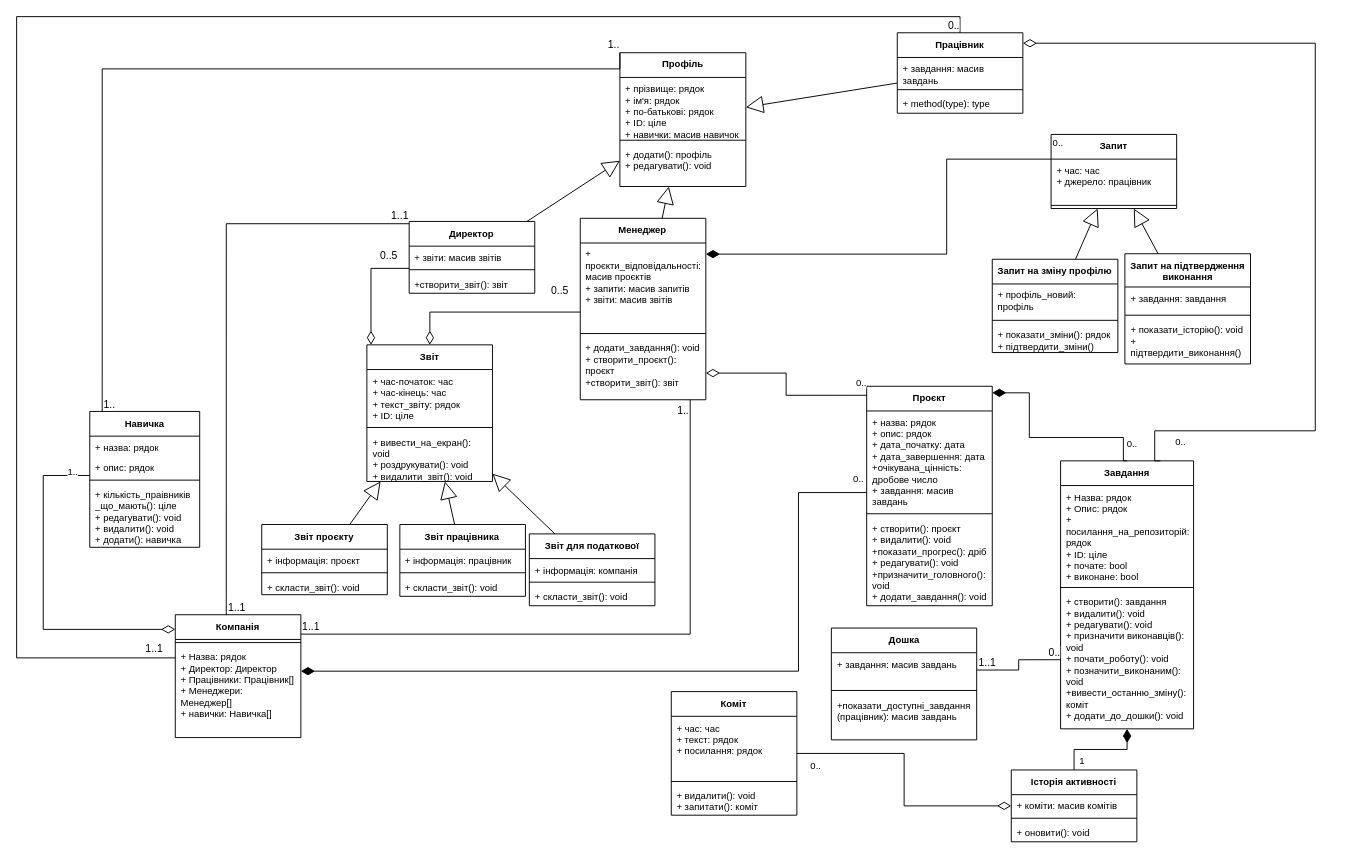
Earlier version of the draw.io diagram Class diagram.drawio (OleksandrPanasenko/AIS_projects-for-university-). Source tidied: cells renumbered, new cells numbered last; positions are measured from the earlier drawing's top-left corner, leaving out a move shared by most shapes. Both pictures are drawn from the tidied source at 95%, with x=0, y=0 at pixel (16, 16).
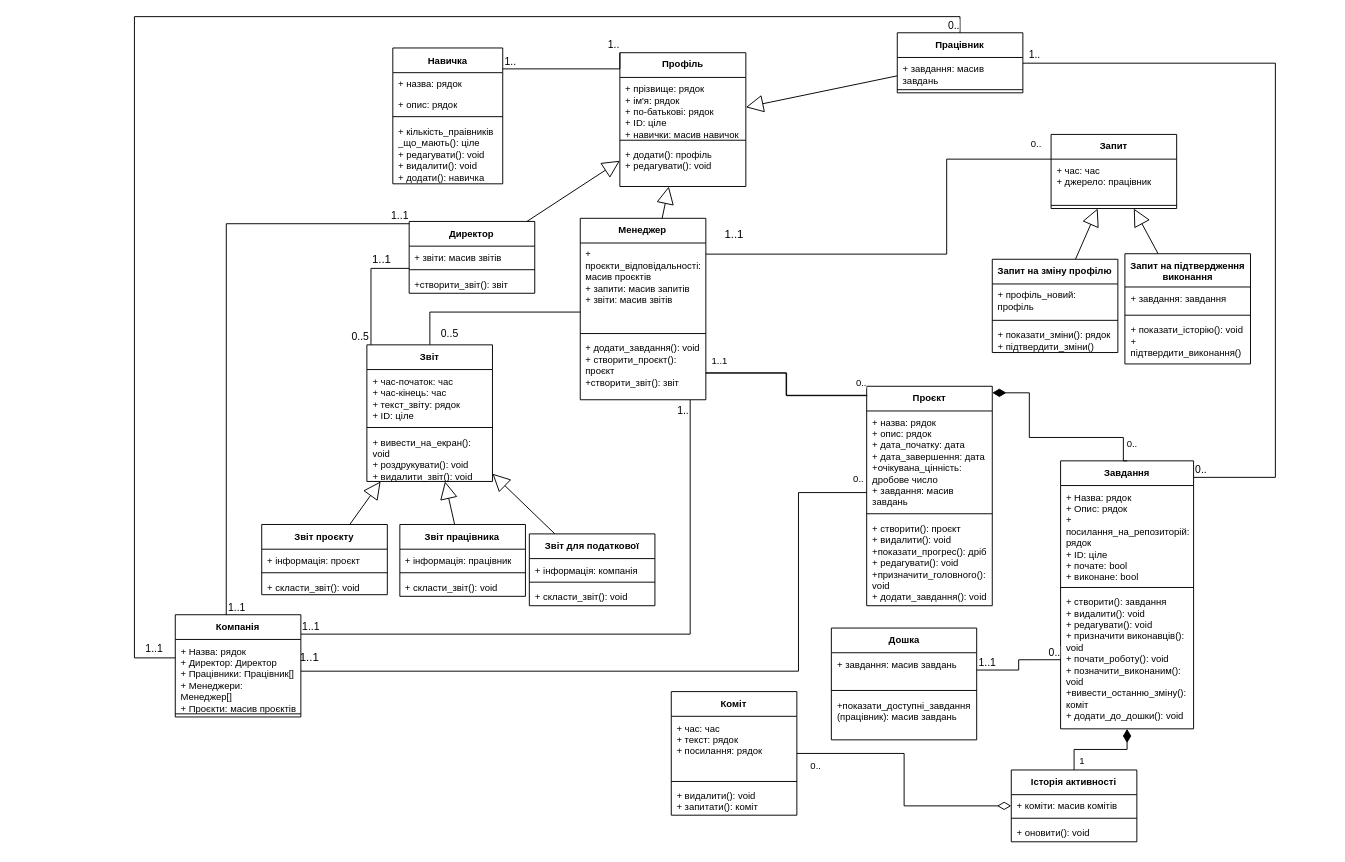
The same diagram, later.

Unchanged cells that the change refers to:
```xml
<mxCell id="2" value="Проєкт" style="swimlane;fontStyle=1;align=center;verticalAlign=top;horizontal=1;startSize=26;whiteSpace=wrap;html=1;fontSize=10;" parent="1" vertex="1">
  <mxGeometry x="894.8" y="389.1" width="132.2" height="231" as="geometry" />
</mxCell>
<mxCell id="6" value="Завдання" style="swimlane;fontStyle=1;align=center;verticalAlign=top;horizontal=1;startSize=26;whiteSpace=wrap;html=1;fontSize=10;" parent="1" vertex="1">
  <mxGeometry x="1098.9" y="467.6" width="140" height="282.1" as="geometry" />
</mxCell>
<mxCell id="10" value="Профіль" style="swimlane;fontStyle=1;align=center;verticalAlign=top;horizontal=1;startSize=26;whiteSpace=wrap;html=1;fontSize=10;" parent="1" vertex="1">
  <mxGeometry x="635" y="38" width="132.6" height="140.8" as="geometry" />
</mxCell>
<mxCell id="18" value="Менеджер" style="swimlane;fontStyle=1;align=center;verticalAlign=top;horizontal=1;startSize=26;whiteSpace=wrap;html=1;fontSize=10;" parent="1" vertex="1">
  <mxGeometry x="593.3" y="212.3" width="132.2" height="191" as="geometry" />
</mxCell>
<mxCell id="29" value="Директор" style="swimlane;fontStyle=1;align=center;verticalAlign=top;horizontal=1;startSize=26;whiteSpace=wrap;html=1;fontSize=10;" parent="1" vertex="1">
  <mxGeometry x="413.2" y="215.6" width="132.2" height="75.6" as="geometry" />
</mxCell>
<mxCell id="42" value="Запит" style="swimlane;fontStyle=1;align=center;verticalAlign=top;horizontal=1;startSize=26;whiteSpace=wrap;html=1;fontSize=10;" parent="1" vertex="1">
  <mxGeometry x="1088.9" y="124" width="132.2" height="78" as="geometry" />
</mxCell>
<mxCell id="87" value="Звіт" style="swimlane;fontStyle=1;align=center;verticalAlign=top;horizontal=1;startSize=26;whiteSpace=wrap;html=1;fontSize=10;" parent="86" vertex="1">
  <mxGeometry x="110.7" width="132.2" height="143.8" as="geometry" />
</mxCell>
```

The edit, as a diff of the source:
```diff
@@
     <mxCell id="22" value="Працівник" style="swimlane;fontStyle=1;align=center;verticalAlign=top;horizontal=1;startSize=26;whiteSpace=wrap;html=1;fontSize=10;" parent="1" vertex="1">
-      <mxGeometry x="927" y="17" width="132.2" height="84.7" as="geometry" />
+      <mxGeometry x="927" y="17" width="132.2" height="63.2" as="geometry" />
     </mxCell>
@@
-    <mxCell id="25" value="+ method(type): type" style="text;strokeColor=none;fillColor=none;align=left;verticalAlign=top;spacingLeft=4;spacingRight=4;overflow=hidden;whiteSpace=wrap;html=1;fontSize=10;" parent="22" vertex="1">
-      <mxGeometry y="63.2" width="132.2" height="21.5" as="geometry" />
-    </mxCell>
     <mxCell id="26" value="Компанія" style="swimlane;fontStyle=1;align=center;verticalAlign=top;horizontal=1;startSize=26;whiteSpace=wrap;html=1;fontSize=10;" parent="1" vertex="1">
-      <mxGeometry x="167" y="629.6" width="132.2" height="129.3" as="geometry" />
+      <mxGeometry x="167" y="629.6" width="132.2" height="107.6" as="geometry" />
     </mxCell>
+    <mxCell id="28" value="+ Назва: рядок&lt;br style=&quot;font-size: 10px;&quot;&gt;+ Директор: Директор&lt;br style=&quot;font-size: 10px;&quot;&gt;+ Працівники: Працівник[]&lt;br style=&quot;font-size: 10px;&quot;&gt;+ Менеджери: Менеджер[]&lt;div&gt;+ Проєкти: масив проєктів&lt;br&gt;&lt;div style=&quot;font-size: 10px;&quot;&gt;&lt;br style=&quot;font-size: 10px;&quot;&gt;&lt;/div&gt;&lt;/div&gt;" style="text;strokeColor=none;fillColor=none;align=left;verticalAlign=top;spacingLeft=4;spacingRight=4;overflow=hidden;whiteSpace=wrap;html=1;fontSize=10;" parent="26" vertex="1">
+      <mxGeometry y="26" width="132.2" height="75" as="geometry" />
+    </mxCell>
     <mxCell id="27" style="line;strokeWidth=1;fillColor=none;align=left;verticalAlign=middle;spacingTop=-1;spacingLeft=3;spacingRight=3;labelPosition=right;strokeColor=inherit;fontSize=10;" parent="26" vertex="1">
-      <mxGeometry y="26" width="132.2" height="6.6" as="geometry" />
+      <mxGeometry y="101" width="132.2" height="6.6" as="geometry" />
     </mxCell>
-    <mxCell id="28" value="+ Назва: рядок&lt;br style=&quot;font-size: 10px;&quot;&gt;+ Директор: Директор&lt;br style=&quot;font-size: 10px;&quot;&gt;+ Працівники: Працівник[]&lt;br style=&quot;font-size: 10px;&quot;&gt;+ Менеджери: Менеджер[]&lt;br style=&quot;font-size: 10px;&quot;&gt;+ навички: Навичка[]&lt;div style=&quot;font-size: 10px;&quot;&gt;&lt;br style=&quot;font-size: 10px;&quot;&gt;&lt;/div&gt;" style="text;strokeColor=none;fillColor=none;align=left;verticalAlign=top;spacingLeft=4;spacingRight=4;overflow=hidden;whiteSpace=wrap;html=1;fontSize=10;" parent="26" vertex="1">
-      <mxGeometry y="32.6" width="132.2" height="96.7" as="geometry" />
-    </mxCell>
@@
     <mxCell id="33" value="&lt;b style=&quot;font-size: 10px;&quot;&gt;Навичка&lt;/b&gt;" style="swimlane;fontStyle=0;horizontal=1;startSize=26;fillColor=none;whiteSpace=wrap;html=1;fontSize=10;" parent="1" vertex="1">
-      <mxGeometry x="77" y="415.6" width="115.7" height="143" as="geometry" />
+      <mxGeometry x="396" y="33" width="115.7" height="143" as="geometry" />
     </mxCell>
@@
-    <mxCell id="64" value="0.." style="endArrow=diamondThin;html=1;endSize=12;startArrow=none;startSize=14;startFill=0;edgeStyle=orthogonalEdgeStyle;align=left;verticalAlign=bottom;rounded=0;fontSize=10;endFill=1;" parent="1" edge="1" source="42" target="18">
-      <mxGeometry x="-1" y="-8" relative="1" as="geometry">
+    <mxCell id="64" value="0.." style="endArrow=none;html=1;endSize=12;startArrow=none;startSize=14;startFill=0;edgeStyle=orthogonalEdgeStyle;align=left;verticalAlign=bottom;rounded=0;fontSize=10;endFill=0;" parent="1" edge="1" source="42" target="18">
+      <mxGeometry x="-0.9" y="-7" relative="1" as="geometry">
         <Array as="points">
           <mxPoint x="979" y="150" />
           <mxPoint x="979" y="250" />
         </Array>
       </mxGeometry>
     </mxCell>
@@
-    <mxCell id="66" value="0.." style="endArrow=diamondThin;html=1;endSize=12;startArrow=none;startSize=14;startFill=0;edgeStyle=orthogonalEdgeStyle;align=left;verticalAlign=bottom;rounded=0;fontSize=10;exitX=0.75;exitY=0;exitDx=0;exitDy=0;endFill=0;" parent="1" edge="1" source="6" target="22">
-      <mxGeometry x="-0.96" y="-20" relative="1" as="geometry">
-        <Array as="points">
-          <mxPoint x="1198" y="436" />
-          <mxPoint x="1367" y="436" />
-          <mxPoint x="1367" y="28" />
-        </Array>
-      </mxGeometry>
-    </mxCell>
-    <mxCell id="67" value="1.." style="endArrow=diamondThin;html=1;endSize=12;startArrow=none;startSize=14;startFill=0;edgeStyle=orthogonalEdgeStyle;align=left;verticalAlign=bottom;rounded=0;fontSize=10;endFill=0;" parent="1" edge="1" source="33" target="26">
-      <mxGeometry x="-0.86" y="5" relative="1" as="geometry">
-        <Array as="points">
-          <mxPoint x="28" y="483" />
-          <mxPoint x="28" y="645" />
-        </Array>
-      </mxGeometry>
-    </mxCell>
-    <mxCell id="68" value="0.." style="endArrow=diamondThin;html=1;endSize=12;startArrow=none;startSize=14;startFill=0;edgeStyle=orthogonalEdgeStyle;align=left;verticalAlign=bottom;rounded=0;exitX=0;exitY=0.041;exitDx=0;exitDy=0;exitPerimeter=0;fontSize=10;endFill=0;" parent="1" edge="1" source="2" target="18">
+    <mxCell id="68" value="0.." style="endArrow=none;html=1;endSize=12;startArrow=none;startSize=14;startFill=0;edgeStyle=orthogonalEdgeStyle;align=left;verticalAlign=bottom;rounded=0;exitX=0;exitY=0.041;exitDx=0;exitDy=0;exitPerimeter=0;fontSize=10;endFill=0;" parent="1" edge="1" source="2" target="18">
       <mxGeometry x="-0.86" y="-5" relative="1" as="geometry">
         <Array as="points">
           <mxPoint x="810" y="398.2" />
           <mxPoint x="810" y="375.2" />
         </Array>
       </mxGeometry>
     </mxCell>
-    <mxCell id="69" value="0.." style="endArrow=diamondThin;html=1;endSize=12;startArrow=none;startSize=14;startFill=0;edgeStyle=orthogonalEdgeStyle;align=left;verticalAlign=bottom;rounded=0;fontSize=10;endFill=1;" parent="1" edge="1" source="2" target="26">
+    <mxCell id="69" value="0.." style="endArrow=none;html=1;endSize=12;startArrow=none;startSize=14;startFill=0;edgeStyle=orthogonalEdgeStyle;align=left;verticalAlign=bottom;rounded=0;fontSize=10;endFill=0;" parent="1" edge="1" source="2" target="26">
       <mxGeometry x="-0.96" y="-6" relative="1" as="geometry">
         <Array as="points">
           <mxPoint x="823" y="501" />
           <mxPoint x="823" y="689" />
         </Array>
       </mxGeometry>
     </mxCell>
-    <mxCell id="70" value="0..5" style="endArrow=diamondThin;html=1;endSize=12;startArrow=none;startSize=14;startFill=0;edgeStyle=orthogonalEdgeStyle;align=left;verticalAlign=bottom;rounded=0;endFill=0;" parent="1" edge="1" source="18" target="87">
-      <mxGeometry x="-0.67" y="-13" relative="1" as="geometry">
+    <mxCell id="70" value="0..5" style="endArrow=none;html=1;endSize=12;startArrow=none;startSize=14;startFill=0;edgeStyle=orthogonalEdgeStyle;align=left;verticalAlign=bottom;rounded=0;endFill=0;" parent="1" edge="1" source="18" target="87">
+      <mxGeometry x="0.97" y="10" relative="1" as="geometry">
         <Array as="points">
           <mxPoint x="435" y="311" />
         </Array>
       </mxGeometry>
     </mxCell>
-    <mxCell id="71" style="endArrow=none;html=1;edgeStyle=orthogonalEdgeStyle;rounded=0;entryX=0;entryY=0;entryDx=0;entryDy=0;exitX=0.113;exitY=0.001;exitDx=0;exitDy=0;exitPerimeter=0;" parent="1" edge="1" source="33" target="10">
+    <mxCell id="71" style="endArrow=none;html=1;edgeStyle=orthogonalEdgeStyle;rounded=0;entryX=0;entryY=0;entryDx=0;entryDy=0;" parent="1" edge="1" source="33" target="10">
       <mxGeometry relative="1" as="geometry">
         <Array as="points">
-          <mxPoint x="90" y="55" />
           <mxPoint x="635" y="55" />
         </Array>
       </mxGeometry>
     </mxCell>
@@
     <mxCell id="77" style="endArrow=none;html=1;edgeStyle=orthogonalEdgeStyle;rounded=0;" parent="1" edge="1" source="26" target="22">
       <mxGeometry relative="1" as="geometry">
         <Array as="points">
-          <mxPoint y="675" />
-          <mxPoint />
+          <mxPoint x="124" y="675" />
+          <mxPoint x="124" />
           <mxPoint x="993" />
         </Array>
       </mxGeometry>
     </mxCell>
@@
-    <mxCell id="106" value="0..5" style="endArrow=diamondThin;html=1;endSize=12;startArrow=none;startSize=14;startFill=0;edgeStyle=orthogonalEdgeStyle;align=left;verticalAlign=bottom;rounded=0;endFill=0;" parent="1" edge="1" source="29">
-      <mxGeometry x="-0.47" y="-4" relative="1" as="geometry">
+    <mxCell id="106" value="0..5" style="endArrow=none;html=1;endSize=12;startArrow=none;startSize=14;startFill=0;edgeStyle=orthogonalEdgeStyle;align=left;verticalAlign=bottom;rounded=0;endFill=0;" parent="1" edge="1" source="29">
+      <mxGeometry x="1" y="-22" relative="1" as="geometry">
         <mxPoint x="373" y="345.5" as="targetPoint" />
         <Array as="points">
           <mxPoint x="373" y="265" />
         </Array>
       </mxGeometry>
     </mxCell>
+    <mxCell id="107" value="1..1" style="endArrow=none;html=1;endSize=12;startArrow=none;startSize=14;startFill=0;edgeStyle=orthogonalEdgeStyle;align=left;verticalAlign=bottom;rounded=0;exitX=0;exitY=0.041;exitDx=0;exitDy=0;exitPerimeter=0;fontSize=10;endFill=0;" parent="1" edge="1">
+      <mxGeometry x="0.96" y="-4" relative="1" as="geometry">
+        <mxPoint x="895.5" y="399" as="sourcePoint" />
+        <mxPoint x="725.5" y="375" as="targetPoint" />
+        <Array as="points">
+          <mxPoint x="810.5" y="398.2" />
+          <mxPoint x="810.5" y="375.2" />
+        </Array>
+      </mxGeometry>
+    </mxCell>
+    <mxCell id="108" value="1..1" style="text;html=1;align=center;verticalAlign=middle;strokeColor=none;fillColor=none;" parent="1" vertex="1">
+      <mxGeometry x="365" y="243" width="38" height="26" as="geometry" />
+    </mxCell>
+    <mxCell id="109" value="1..1" style="text;html=1;align=center;verticalAlign=middle;strokeColor=none;fillColor=none;" parent="1" vertex="1">
+      <mxGeometry x="736.2" y="217" width="38" height="26" as="geometry" />
+    </mxCell>
+    <mxCell id="110" style="endArrow=none;html=1;edgeStyle=orthogonalEdgeStyle;rounded=0;" parent="1" edge="1" source="6" target="22">
+      <mxGeometry relative="1" as="geometry">
+        <Array as="points">
+          <mxPoint x="1325" y="485" />
+          <mxPoint x="1325" y="49" />
+        </Array>
+      </mxGeometry>
+    </mxCell>
+    <mxCell id="66" value="0.." style="edgeLabel;html=1;align=left;verticalAlign=bottom;" parent="110" vertex="1">
+      <mxGeometry x="-1" relative="1" as="geometry" />
+    </mxCell>
+    <mxCell id="67" value="1.." style="edgeLabel;html=1;align=right;verticalAlign=bottom;" parent="110" vertex="1">
+      <mxGeometry x="1" relative="1" as="geometry">
+        <mxPoint x="19" y="-1" as="offset" />
+      </mxGeometry>
+    </mxCell>
+    <mxCell id="111" value="1..1" style="text;html=1;align=center;verticalAlign=middle;strokeColor=none;fillColor=none;" parent="1" vertex="1">
+      <mxGeometry x="289" y="662" width="38" height="26" as="geometry" />
+    </mxCell>
```
